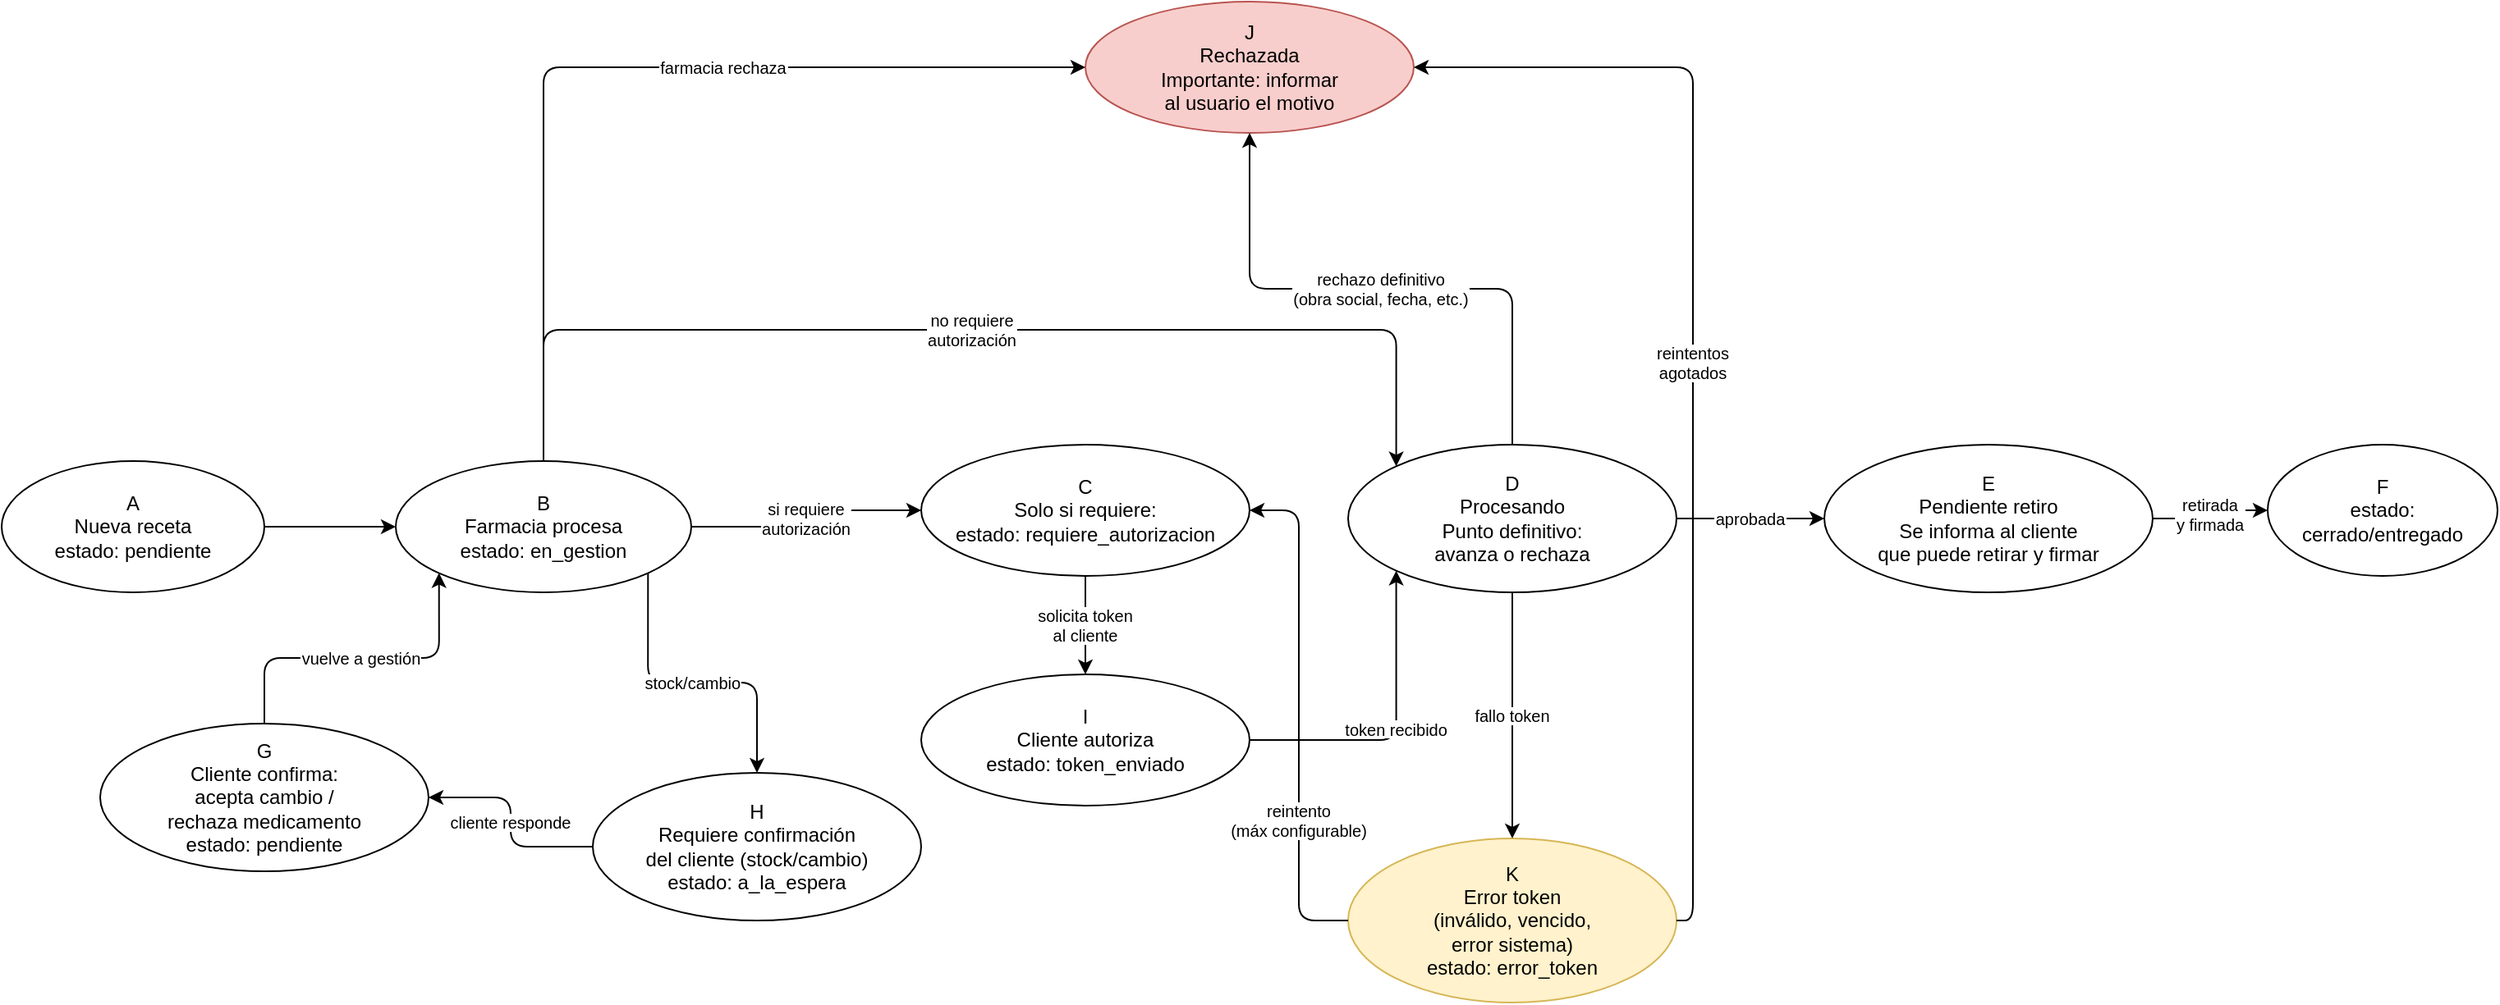
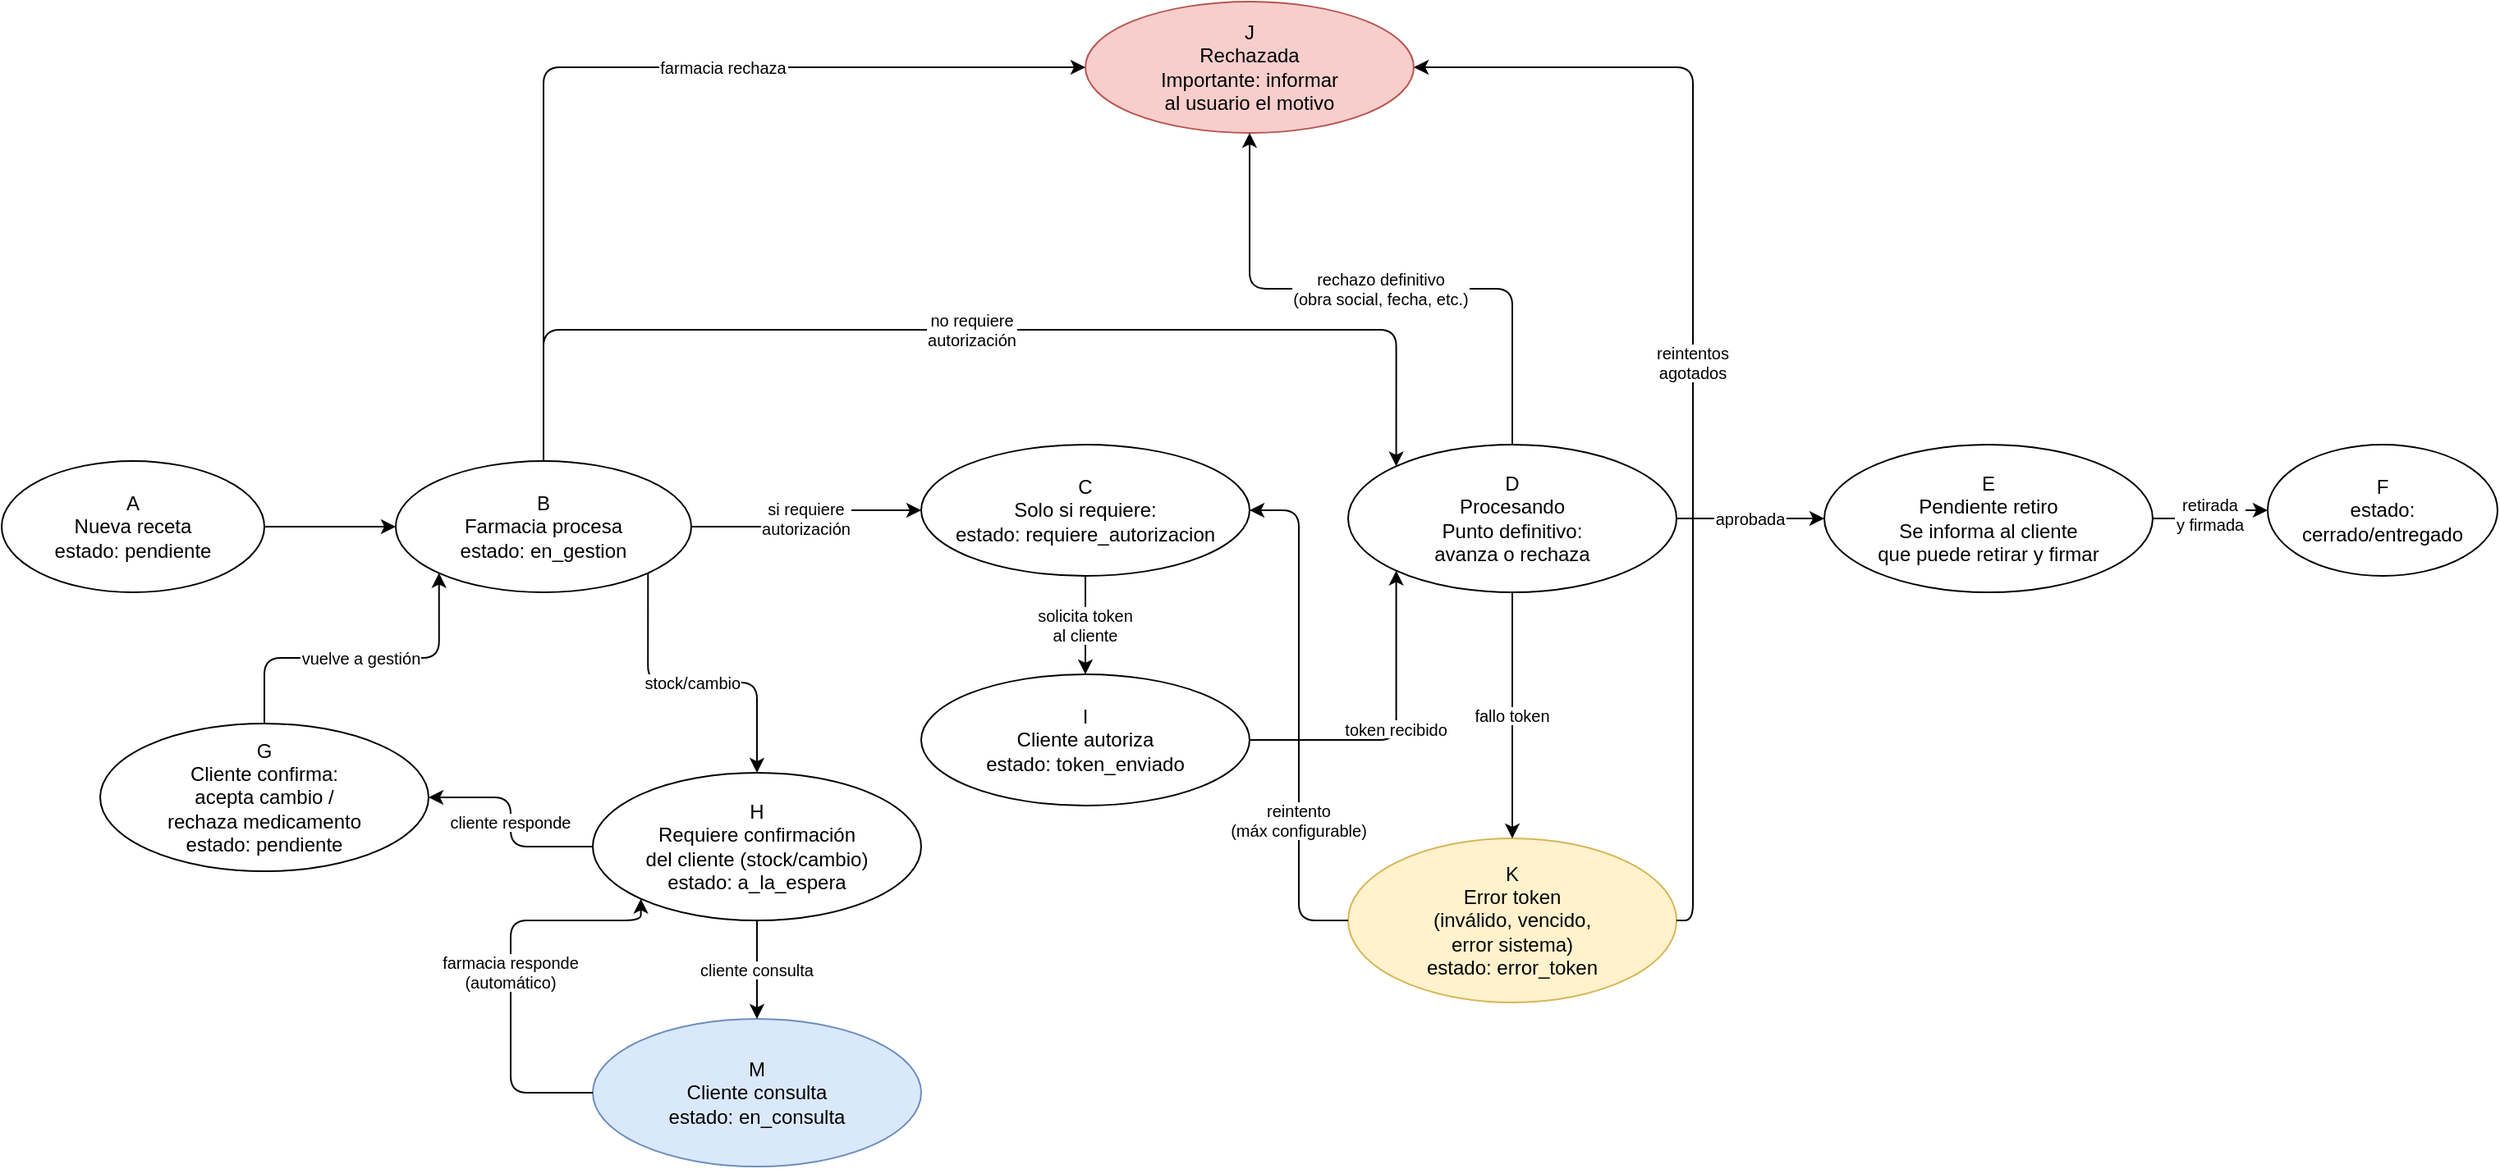
<mxfile host="Electron" agent="Mozilla/5.0 (Windows NT 10.0; Win64; x64) AppleWebKit/537.36 (KHTML, like Gecko) draw.io/26.0.9 Chrome/128.0.6613.186 Electron/32.2.5 Safari/537.36" version="26.0.9">
  <diagram id="flujo_receta" name="Flujo Receta">
    <mxGraphModel dx="1687" dy="993" grid="1" gridSize="10" guides="1" tooltips="1" connect="1" arrows="1" fold="1" page="1" pageScale="1" pageWidth="1600" pageHeight="900" math="0" shadow="0">
      <root>
        <mxCell id="0" />
        <mxCell id="1" parent="0" />
        <mxCell id="A" value="A&#xa;Nueva receta&#xa;estado: pendiente" style="ellipse;whiteSpace=wrap;html=1;fontSize=12;align=center;" parent="1" vertex="1">
          <mxGeometry x="40" y="360" width="160" height="80" as="geometry" />
        </mxCell>
        <mxCell id="B" value="B&#xa;Farmacia procesa&#xa;estado: en_gestion" style="ellipse;whiteSpace=wrap;html=1;fontSize=12;align=center;" parent="1" vertex="1">
          <mxGeometry x="280" y="360" width="180" height="80" as="geometry" />
        </mxCell>
        <mxCell id="C" value="C&#xa;Solo si requiere:&#xa;estado: requiere_autorizacion" style="ellipse;whiteSpace=wrap;html=1;fontSize=12;align=center;" parent="1" vertex="1">
          <mxGeometry x="600" y="350" width="200" height="80" as="geometry" />
        </mxCell>
        <mxCell id="I" value="I&#xa;Cliente autoriza&#xa;estado: token_enviado" style="ellipse;whiteSpace=wrap;html=1;fontSize=12;align=center;" parent="1" vertex="1">
          <mxGeometry x="600" y="490" width="200" height="80" as="geometry" />
        </mxCell>
        <mxCell id="D" value="D&#xa;Procesando&#xa;Punto definitivo:&#xa;avanza o rechaza" style="ellipse;whiteSpace=wrap;html=1;fontSize=12;align=center;" parent="1" vertex="1">
          <mxGeometry x="860" y="350" width="200" height="90" as="geometry" />
        </mxCell>
        <mxCell id="K" value="K&#xa;Error token&#xa;(inválido, vencido,&#xa;error sistema)&#xa;estado: error_token" style="ellipse;whiteSpace=wrap;html=1;fontSize=12;align=center;fillColor=#FFF2CC;strokeColor=#D6B656;" parent="1" vertex="1">
          <mxGeometry x="860" y="590" width="200" height="100" as="geometry" />
        </mxCell>
        <mxCell id="E" value="E&#xa;Pendiente retiro&#xa;Se informa al cliente&#xa;que puede retirar y firmar" style="ellipse;whiteSpace=wrap;html=1;fontSize=12;align=center;" parent="1" vertex="1">
          <mxGeometry x="1150" y="350" width="200" height="90" as="geometry" />
        </mxCell>
        <mxCell id="F" value="F&#xa;estado:&#xa;cerrado/entregado" style="ellipse;whiteSpace=wrap;html=1;fontSize=12;align=center;" parent="1" vertex="1">
          <mxGeometry x="1420" y="350" width="140" height="80" as="geometry" />
        </mxCell>
        <mxCell id="H" value="H&#xa;Requiere confirmación&#xa;del cliente (stock/cambio)&#xa;estado: a_la_espera" style="ellipse;whiteSpace=wrap;html=1;fontSize=12;align=center;" parent="1" vertex="1">
          <mxGeometry x="400" y="550" width="200" height="90" as="geometry" />
        </mxCell>
        <mxCell id="G" value="G&#xa;Cliente confirma:&#xa;acepta cambio /&#xa;rechaza medicamento&#xa;estado: pendiente" style="ellipse;whiteSpace=wrap;html=1;fontSize=12;align=center;" parent="1" vertex="1">
          <mxGeometry x="100" y="520" width="200" height="90" as="geometry" />
        </mxCell>
        <mxCell id="J" value="J&#xa;Rechazada&#xa;Importante: informar&#xa;al usuario el motivo" style="ellipse;whiteSpace=wrap;html=1;fontSize=12;align=center;fillColor=#F8CECC;strokeColor=#B85450;" parent="1" vertex="1">
          <mxGeometry x="700" y="80" width="200" height="80" as="geometry" />
        </mxCell>
        <mxCell id="edge_AB" style="edgeStyle=orthogonalEdgeStyle;rounded=1;" parent="1" source="A" target="B" edge="1">
          <mxGeometry relative="1" as="geometry" />
        </mxCell>
        <mxCell id="edge_BC" value="si requiere&#xa;autorización" style="edgeStyle=orthogonalEdgeStyle;rounded=1;fontSize=10;entryX=0;entryY=0.5;entryDx=0;entryDy=0;" parent="1" source="B" target="C" edge="1">
          <mxGeometry relative="1" as="geometry" />
        </mxCell>
        <mxCell id="edge_BD" value="no requiere&#xa;autorización" style="edgeStyle=orthogonalEdgeStyle;rounded=1;fontSize=10;entryX=0;entryY=0;entryDx=0;entryDy=0;exitX=0.5;exitY=0;exitDx=0;exitDy=0;" parent="1" source="B" target="D" edge="1">
          <mxGeometry relative="1" as="geometry">
            <Array as="points">
              <mxPoint x="370" y="280" />
              <mxPoint x="889" y="280" />
            </Array>
          </mxGeometry>
        </mxCell>
        <mxCell id="edge_CI" value="solicita token&#xa;al cliente" style="edgeStyle=orthogonalEdgeStyle;rounded=1;fontSize=10;exitX=0.5;exitY=1;exitDx=0;exitDy=0;" parent="1" source="C" target="I" edge="1">
          <mxGeometry relative="1" as="geometry" />
        </mxCell>
        <mxCell id="edge_ID" value="token recibido" style="edgeStyle=orthogonalEdgeStyle;rounded=1;fontSize=10;entryX=0;entryY=1;entryDx=0;entryDy=0;" parent="1" source="I" target="D" edge="1">
          <mxGeometry relative="1" as="geometry" />
        </mxCell>
        <mxCell id="edge_DE" value="aprobada" style="edgeStyle=orthogonalEdgeStyle;rounded=1;fontSize=10;" parent="1" source="D" target="E" edge="1">
          <mxGeometry relative="1" as="geometry" />
        </mxCell>
        <mxCell id="edge_EF" value="retirada&#xa;y firmada" style="edgeStyle=orthogonalEdgeStyle;rounded=1;fontSize=10;" parent="1" source="E" target="F" edge="1">
          <mxGeometry relative="1" as="geometry" />
        </mxCell>
        <mxCell id="edge_DK" value="fallo token" style="edgeStyle=orthogonalEdgeStyle;rounded=1;fontSize=10;" parent="1" source="D" target="K" edge="1">
          <mxGeometry relative="1" as="geometry" />
        </mxCell>
        <mxCell id="edge_KI" value="reintento&#xa;(máx configurable)" style="edgeStyle=orthogonalEdgeStyle;rounded=1;fontSize=10;entryX=1;entryY=0.5;entryDx=0;entryDy=0;" parent="1" source="K" target="C" edge="1">
          <mxGeometry x="-0.4194" relative="1" as="geometry">
            <mxPoint y="-1" as="offset" />
          </mxGeometry>
        </mxCell>
        <mxCell id="edge_KJ" value="reintentos&#xa;agotados" style="edgeStyle=orthogonalEdgeStyle;rounded=1;fontSize=10;entryX=1;entryY=0.5;entryDx=0;entryDy=0;exitX=1;exitY=0.5;exitDx=0;exitDy=0;" parent="1" source="K" target="J" edge="1">
          <mxGeometry relative="1" as="geometry">
            <mxPoint x="1039.9999307958237" y="680.0588235294117" as="sourcePoint" />
            <Array as="points">
              <mxPoint x="1070" y="640" />
              <mxPoint x="1070" y="120" />
            </Array>
          </mxGeometry>
        </mxCell>
        <mxCell id="edge_DJ" value="rechazo definitivo&#xa;(obra social, fecha, etc.)" style="edgeStyle=orthogonalEdgeStyle;rounded=1;fontSize=10;exitX=0.5;exitY=0;exitDx=0;exitDy=0;entryX=0.5;entryY=1;entryDx=0;entryDy=0;" parent="1" source="D" target="J" edge="1">
          <mxGeometry relative="1" as="geometry" />
        </mxCell>
        <mxCell id="edge_BH" value="stock/cambio" style="edgeStyle=orthogonalEdgeStyle;rounded=1;fontSize=10;exitX=1;exitY=1;exitDx=0;exitDy=0;" parent="1" source="B" target="H" edge="1">
          <mxGeometry relative="1" as="geometry" />
        </mxCell>
        <mxCell id="edge_HG" value="cliente responde" style="edgeStyle=orthogonalEdgeStyle;rounded=1;fontSize=10;" parent="1" source="H" target="G" edge="1">
          <mxGeometry relative="1" as="geometry" />
        </mxCell>
        <mxCell id="edge_GB" value="vuelve a gestión" style="edgeStyle=orthogonalEdgeStyle;rounded=1;fontSize=10;entryX=0;entryY=1;entryDx=0;entryDy=0;" parent="1" source="G" target="B" edge="1">
          <mxGeometry relative="1" as="geometry" />
        </mxCell>
        <mxCell id="edge_BJ" value="farmacia rechaza" style="edgeStyle=orthogonalEdgeStyle;rounded=1;fontSize=10;entryX=0;entryY=0.5;entryDx=0;entryDy=0;exitX=0.5;exitY=0;exitDx=0;exitDy=0;" parent="1" source="B" target="J" edge="1">
          <mxGeometry x="0.2257" relative="1" as="geometry">
            <mxPoint x="350" y="390" as="sourcePoint" />
            <Array as="points">
              <mxPoint x="370" y="120" />
            </Array>
            <mxPoint as="offset" />
          </mxGeometry>
        </mxCell>
+         <mxCell id="M" value="M&#xa;Cliente consulta&#xa;estado: en_consulta" style="ellipse;whiteSpace=wrap;html=1;fontSize=12;align=center;fillColor=#dae8fc;strokeColor=#6c8ebf;" parent="1" vertex="1">
+           <mxGeometry x="400" y="700" width="200" height="90" as="geometry" />
+         </mxCell>
+         <mxCell id="edge_HM" value="cliente consulta" style="edgeStyle=orthogonalEdgeStyle;rounded=1;fontSize=10;exitX=0.5;exitY=1;exitDx=0;exitDy=0;entryX=0.5;entryY=0;entryDx=0;entryDy=0;" parent="1" source="H" target="M" edge="1">
+           <mxGeometry relative="1" as="geometry" />
+         </mxCell>
+         <mxCell id="edge_MH" value="farmacia responde&#xa;(automático)" style="edgeStyle=orthogonalEdgeStyle;rounded=1;fontSize=10;exitX=0;exitY=0.5;exitDx=0;exitDy=0;entryX=0;entryY=1;entryDx=0;entryDy=0;" parent="1" source="M" target="H" edge="1">
+           <mxGeometry relative="1" as="geometry">
+             <Array as="points">
+               <mxPoint x="350" y="745" />
+               <mxPoint x="350" y="640" />
+             </Array>
+           </mxGeometry>
+         </mxCell>
      </root>
    </mxGraphModel>
  </diagram>
</mxfile>
